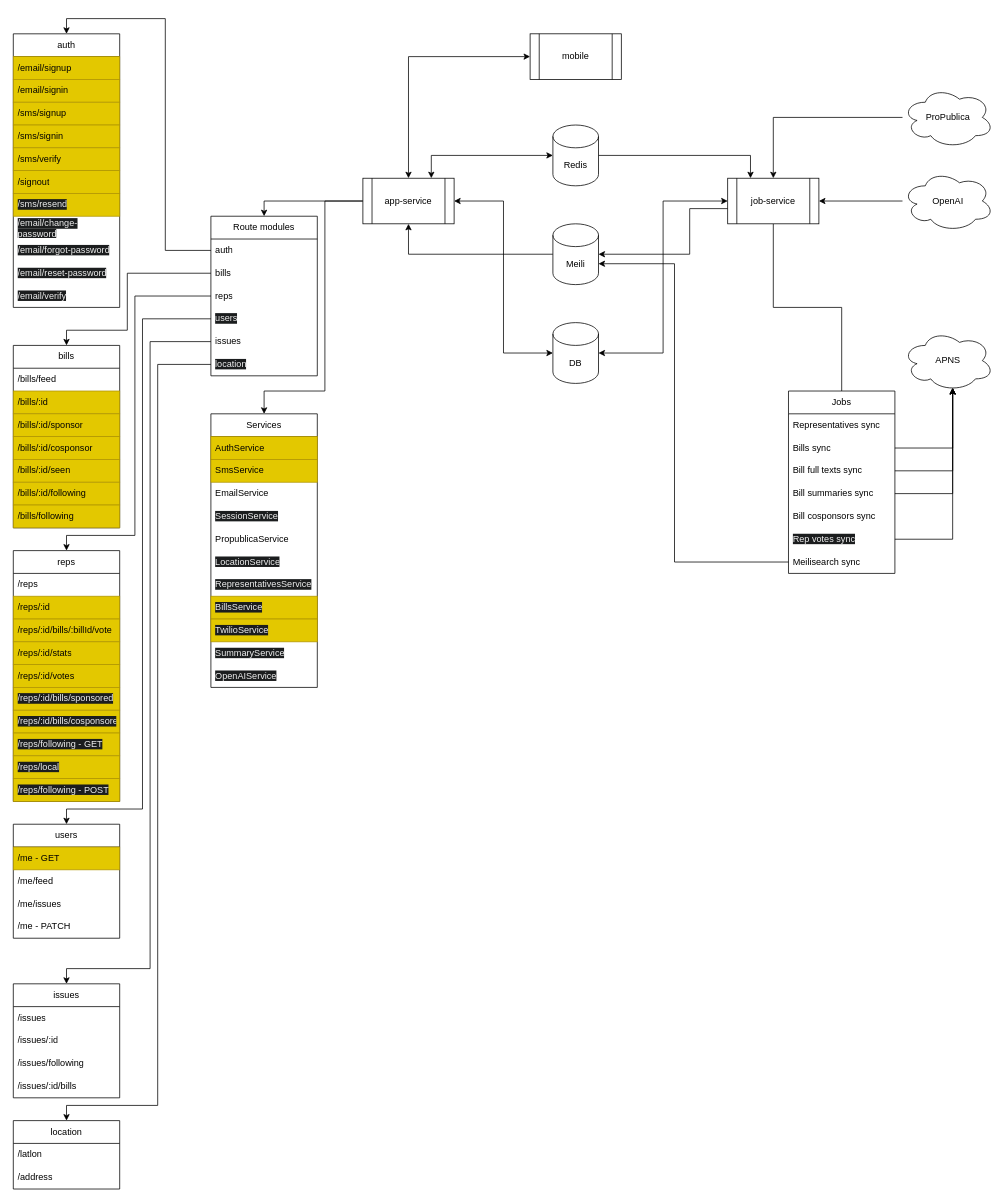
Before: architecture/Architecture.drawio in Breakdown/breakdown-services, a draw.io diagram. Source tidied: cells renumbered, new cells numbered last; positions are measured from the earlier drawing's top-left corner, leaving out a move shared by most shapes. Both pictures are drawn from the tidied source at 76%, with x=0, y=0 at pixel (13, 33).
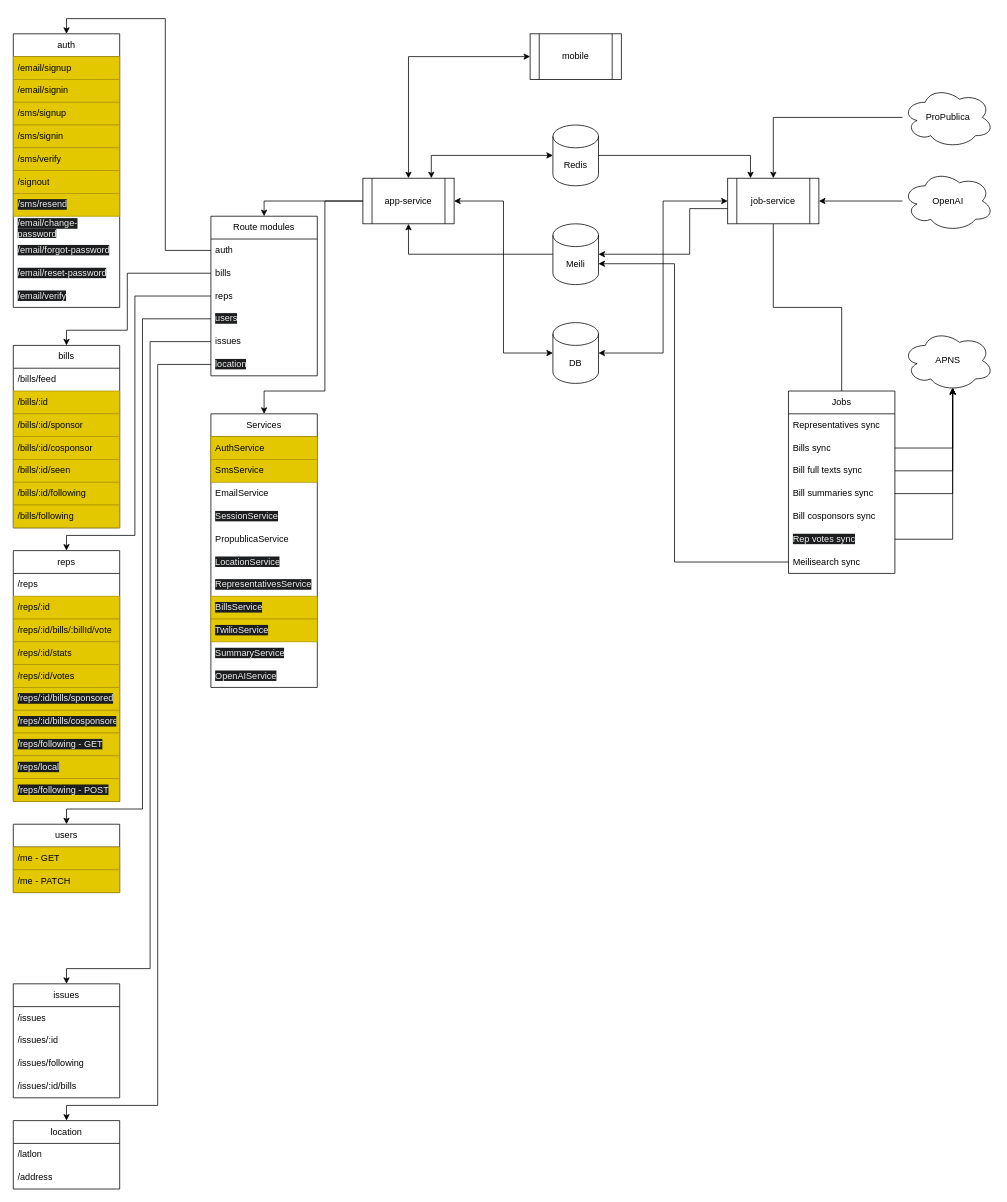
Above is the later version.

Commit message (it also covers changes not shown here):
Add PATCH /me route

Diff of the diagram source:
```diff
@@
     <mxCell id="81" value="users" style="swimlane;fontStyle=0;horizontal=1;startSize=30;whiteSpace=wrap;html=1;" parent="1" vertex="1">
-      <mxGeometry y="1040" width="140" height="150" as="geometry" />
+      <mxGeometry y="1040" width="140" height="90" as="geometry" />
     </mxCell>
@@
-    <mxCell id="83" value="/me/feed" style="text;strokeColor=none;fillColor=none;align=left;verticalAlign=middle;spacingLeft=4;spacingRight=4;overflow=hidden;whiteSpace=wrap;html=1;" parent="81" vertex="1">
-      <mxGeometry y="60" width="140" height="30" as="geometry" />
-    </mxCell>
-    <mxCell id="84" value="/me/issues" style="text;strokeColor=none;fillColor=none;align=left;verticalAlign=middle;spacingLeft=4;spacingRight=4;overflow=hidden;whiteSpace=wrap;html=1;" parent="81" vertex="1">
-      <mxGeometry y="90" width="140" height="30" as="geometry" />
-    </mxCell>
-    <mxCell id="85" value="/me - PATCH" style="text;strokeColor=none;fillColor=none;align=left;verticalAlign=middle;spacingLeft=4;spacingRight=4;overflow=hidden;whiteSpace=wrap;html=1;" parent="81" vertex="1">
-      <mxGeometry y="120" width="140" height="30" as="geometry" />
+    <mxCell id="85" value="/me - PATCH" style="text;strokeColor=#B09500;fillColor=#e3c800;align=left;verticalAlign=middle;spacingLeft=4;spacingRight=4;overflow=hidden;whiteSpace=wrap;html=1;fontColor=#000000;" parent="81" vertex="1">
+      <mxGeometry y="60" width="140" height="30" as="geometry" />
     </mxCell>
```
